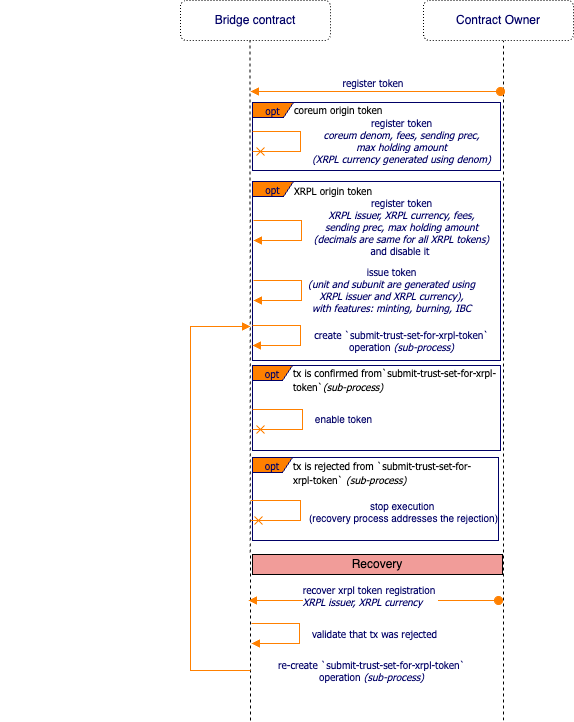
CoreumFoundation/coreumbridge-xrpl keeps this draw.io diagram as spec/img/register-token.png. Above is the earlier version. Source tidied: cells renumbered, new cells last; positions are measured from the earlier drawing's top-left corner, leaving out a move shared by most shapes.
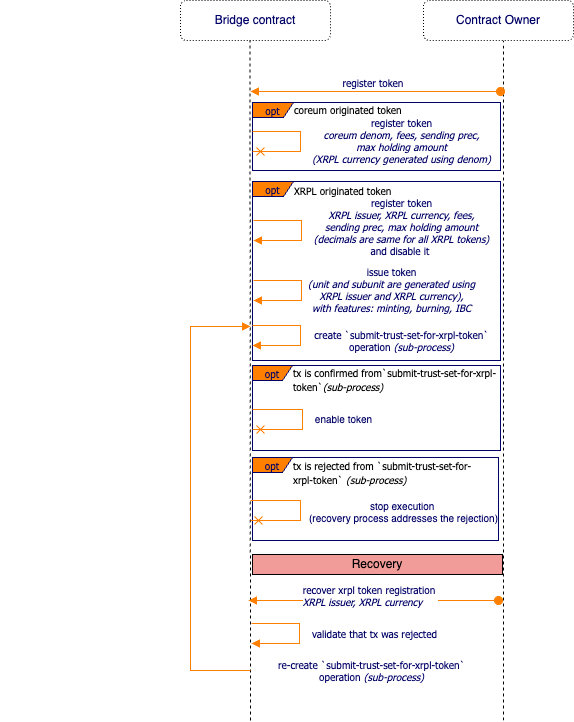
After the change.

Commit message:
Rename `origin` to `originated`.

Change to the diagram source:
```diff
@@ -67,13 +67,13 @@
     <mxCell id="15" value="&lt;span style=&quot;color: rgb(0, 0, 102); font-family: Tahoma; font-size: 10px; font-style: normal; font-variant-ligatures: normal; font-variant-caps: normal; font-weight: 400; letter-spacing: normal; orphans: 2; text-align: center; text-indent: 0px; text-transform: none; widows: 2; word-spacing: 0px; -webkit-text-stroke-width: 0px; background-color: rgb(255, 255, 255); text-decoration-thickness: initial; text-decoration-style: initial; text-decoration-color: initial; float: none; display: inline !important;&quot;&gt;&amp;nbsp;&lt;/span&gt;" style="text;whiteSpace=wrap;html=1;" parent="1" vertex="1">
       <mxGeometry x="270" y="250" width="150" height="60" as="geometry" />
     </mxCell>
-    <mxCell id="16" value="coreum origin token&lt;br&gt;&amp;nbsp;&amp;nbsp;" style="text;html=1;align=left;verticalAlign=top;spacingTop=-4;fontSize=10;fontFamily=Tahoma;fontColor=#000000;" parent="1" vertex="1">
+    <mxCell id="16" value="coreum originated  token&lt;br&gt;&amp;nbsp;&amp;nbsp;" style="text;html=1;align=left;verticalAlign=top;spacingTop=-4;fontSize=10;fontFamily=Tahoma;fontColor=#000000;" parent="1" vertex="1">
       <mxGeometry x="292" y="101" width="110" height="30" as="geometry" />
     </mxCell>
     <mxCell id="17" style="edgeStyle=orthogonalEdgeStyle;rounded=0;jettySize=auto;html=1;" parent="1" edge="1" source="18" target="15">
       <mxGeometry relative="1" as="geometry" />
     </mxCell>
-    <mxCell id="18" value="XRPL origin token&lt;br&gt;&amp;nbsp;&amp;nbsp;" style="text;html=1;points=[];align=left;verticalAlign=top;spacingTop=-4;fontSize=10;fontFamily=Tahoma;fontColor=#000000;" parent="1" vertex="1">
+    <mxCell id="18" value="XRPL originated  token&lt;br&gt;&amp;nbsp;&amp;nbsp;" style="text;html=1;points=[];align=left;verticalAlign=top;spacingTop=-4;fontSize=10;fontFamily=Tahoma;fontColor=#000000;" parent="1" vertex="1">
       <mxGeometry x="292" y="182" width="100" height="30" as="geometry" />
     </mxCell>
     <mxCell id="19" value="&lt;span style=&quot;border-color: var(--border-color); text-align: center;&quot;&gt;validate that tx was rejected&lt;br&gt;&lt;/span&gt;" style="edgeStyle=orthogonalEdgeStyle;html=1;align=left;spacingLeft=2;endArrow=block;rounded=0;strokeColor=#FF8000;fontFamily=Tahoma;fontSize=10;fontColor=#000066;endFill=1;" parent="1" edge="1">
```
